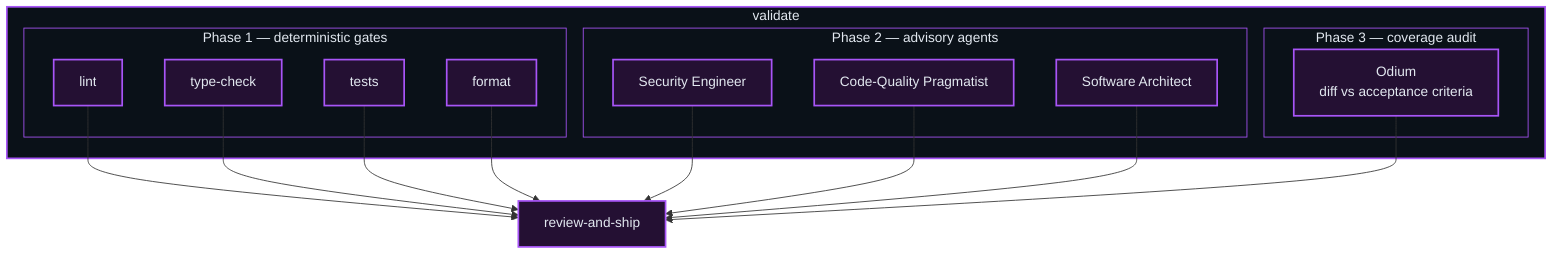
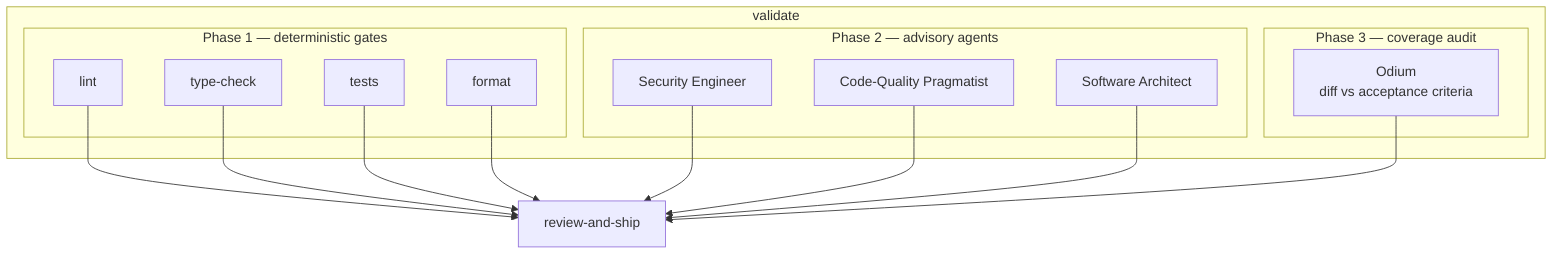
flowchart TB
  subgraph validate["validate"]
    subgraph p1["Phase 1 — deterministic gates"]
      lint["lint"]
      types["type-check"]
      tests["tests"]
      fmt["format"]
    end
    subgraph p2["Phase 2 — advisory agents"]
      sec["Security Engineer"]
      cq["Code-Quality Pragmatist"]
      arch["Software Architect"]
    end
    subgraph p3["Phase 3 — coverage audit"]
      odium["Odium<br/>diff vs acceptance criteria"]
    end
  end
  findings["review-and-ship"]
  lint --> findings
  types --> findings
  tests --> findings
  fmt --> findings
  sec --> findings
  cq --> findings
  arch --> findings
  odium --> findings

-   classDef verify fill:#241033,stroke:#a855f7,stroke-width:2px,color:#e2e8f0;
-   class lint,types,tests,fmt,sec,cq,arch,odium,findings verify;
-   style validate fill:#0a1118,stroke:#a855f7,stroke-width:2px,color:#e2e8f0;
-   style p1 fill:#0a1118,stroke:#a855f7,stroke-width:1px,color:#e2e8f0;
-   style p2 fill:#0a1118,stroke:#a855f7,stroke-width:1px,color:#e2e8f0;
-   style p3 fill:#0a1118,stroke:#a855f7,stroke-width:1px,color:#e2e8f0;
+   %% Roles only. Colours are resolved per theme by
+   %% scripts/prerender-mermaid.ts (the diagram presentation seam).
+   class lint,types,tests,fmt gate
+   class sec,cq,arch agent
+   class odium audit
+   class findings sink
